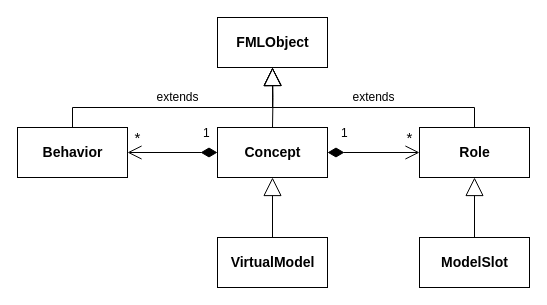
Earlier version of the draw.io diagram Figures/FMLCoreModel.drawio (labsticc-p4s/multi-process-challenge). Source tidied: cells renumbered, new cells numbered last; positions are measured from the earlier drawing's top-left corner, leaving out a move shared by most shapes. Both pictures are drawn from the tidied source at 100%, with x=0, y=0 at pixel (17, 17).
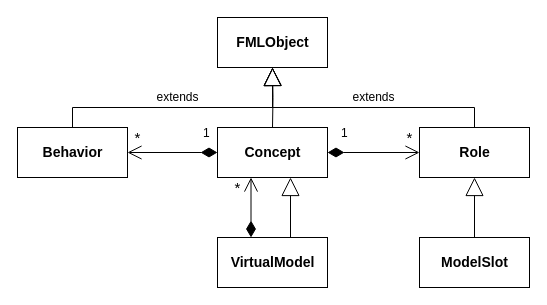
The same page after the edit.

Commit message (it also covers changes not shown here):
FML metamodel with containment

The change refers to these unchanged cells:
```xml
<mxCell id="12" value="Concept" style="html=1;fontStyle=1;fontSize=14;" parent="1" vertex="1">
  <mxGeometry x="200" y="110" width="110" height="50" as="geometry" />
</mxCell>
<mxCell id="13" value="VirtualModel" style="html=1;fontStyle=1;fontSize=14;" parent="1" vertex="1">
  <mxGeometry x="200" y="220" width="110" height="50" as="geometry" />
</mxCell>
```

What changed in the source:
```diff
@@
-    <mxCell id="9" style="endArrow=block;endSize=16;endFill=0;html=1;rounded=0;edgeStyle=orthogonalEdgeStyle;exitX=0.5;exitY=0;exitDx=0;exitDy=0;entryX=0.5;entryY=1;entryDx=0;entryDy=0;" parent="1" edge="1" source="13" target="12">
-      <mxGeometry relative="1" as="geometry" />
+    <mxCell id="9" style="endArrow=block;endSize=16;endFill=0;html=1;rounded=0;edgeStyle=orthogonalEdgeStyle;exitX=0.5;exitY=0;exitDx=0;exitDy=0;entryX=0.5;entryY=1;entryDx=0;entryDy=0;" parent="1" edge="1">
+      <mxGeometry relative="1" as="geometry">
+        <mxPoint x="273" y="220" as="sourcePoint" />
+        <mxPoint x="273" y="160" as="targetPoint" />
+      </mxGeometry>
     </mxCell>
@@
+    <mxCell id="17" style="endArrow=open;html=1;entryX=0.25;entryY=1;entryDx=0;entryDy=0;exitX=0.25;exitY=0;exitDx=0;exitDy=0;startArrow=diamondThin;startFill=1;rounded=0;fontSize=12;align=left;verticalAlign=bottom;endSize=12;startSize=14;" parent="1" edge="1">
+      <mxGeometry relative="1" as="geometry">
+        <mxPoint x="233.5" y="220" as="sourcePoint" />
+        <mxPoint x="233.5" y="160" as="targetPoint" />
+      </mxGeometry>
+    </mxCell>
+    <mxCell id="18" value="&lt;font style=&quot;font-size: 15px&quot;&gt;*&lt;/font&gt;" style="text;html=1;align=center;verticalAlign=middle;strokeColor=none;" parent="1" vertex="1">
+      <mxGeometry x="210" y="160" width="20" height="20" as="geometry" />
+    </mxCell>
```
